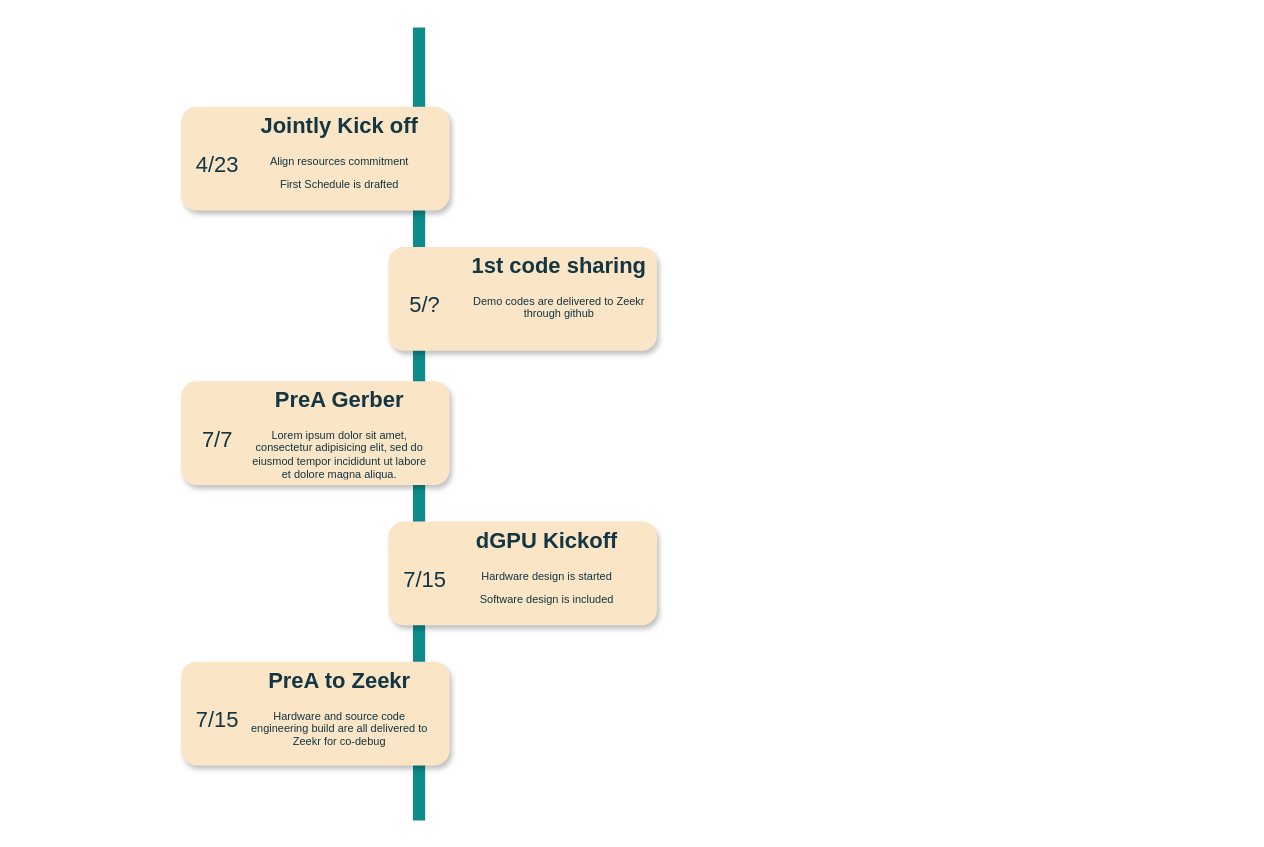
Above: Untitled Diagram.drawio in zjamy/temp (draw.io), before the change. Source tidied: cells renumbered, new cells numbered last; positions are measured from the earlier drawing's top-left corner, leaving out a move shared by most shapes. Both pictures are drawn from the tidied source at 122%, with x=0, y=0 at pixel (181, 27).
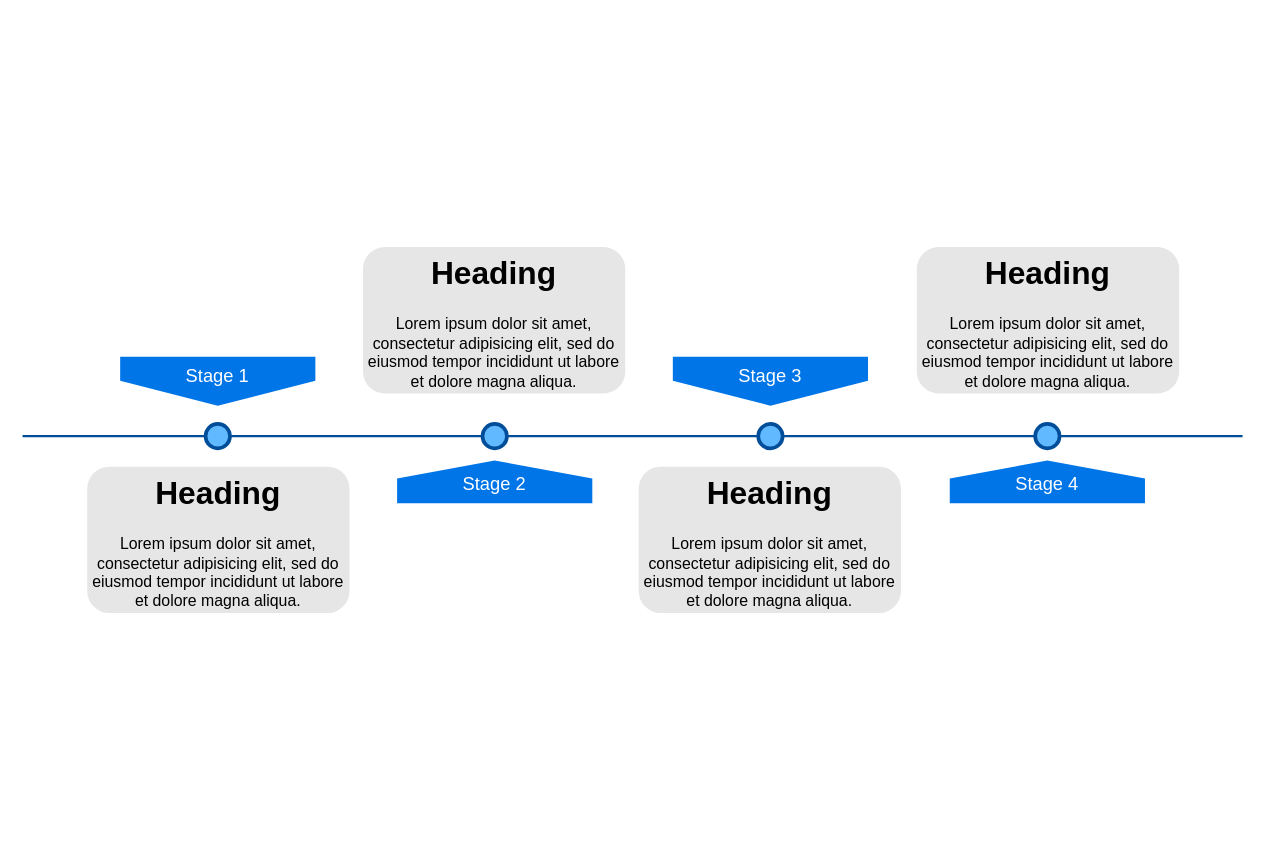
The same diagram, later.

The edit, as a diff of the source:
```diff
@@
 <mxGraphModel>
   <root>
     <mxCell id="0" />
     <mxCell id="1" parent="0" />
-    <mxCell id="2" style="line;strokeWidth=10;direction=south;html=1;fillColor=none;fontSize=13;align=center;labelBackgroundColor=none;strokeColor=#0F8B8D;fontColor=#143642;" parent="1" vertex="1">
-      <mxGeometry x="190" width="10" height="650" as="geometry" />
-    </mxCell>
-    <mxCell id="3" style="rounded=1;whiteSpace=wrap;html=1;strokeColor=none;strokeWidth=1;fontSize=13;align=center;gradientDirection=east;verticalAlign=top;shadow=1;labelBackgroundColor=none;fillColor=#FAE5C7;fontColor=#143642;" parent="1" vertex="1">
-      <mxGeometry y="65" width="220" height="85" as="geometry" />
-    </mxCell>
-    <mxCell id="4" value="&lt;font style=&quot;font-size: 18px;&quot;&gt;4/23&lt;/font&gt;" style="text;html=1;strokeColor=none;fillColor=none;align=center;verticalAlign=middle;whiteSpace=wrap;fontSize=30;labelBackgroundColor=none;fontColor=#143642;" parent="1" vertex="1">
-      <mxGeometry x="10" y="98" width="40" height="20" as="geometry" />
-    </mxCell>
-    <mxCell id="5" style="rounded=1;whiteSpace=wrap;html=1;strokeColor=none;strokeWidth=1;fontSize=13;align=center;gradientDirection=east;verticalAlign=top;shadow=1;labelBackgroundColor=none;fillColor=#FAE5C7;fontColor=#143642;" parent="1" vertex="1">
-      <mxGeometry x="170" y="180" width="220" height="85" as="geometry" />
-    </mxCell>
-    <mxCell id="6" value="&lt;font style=&quot;font-size: 18px;&quot;&gt;5/?&lt;/font&gt;" style="text;html=1;strokeColor=none;fillColor=none;align=center;verticalAlign=middle;whiteSpace=wrap;fontSize=30;labelBackgroundColor=none;fontColor=#143642;" parent="1" vertex="1">
-      <mxGeometry x="180" y="213" width="40" height="20" as="geometry" />
-    </mxCell>
-    <mxCell id="7" style="rounded=1;whiteSpace=wrap;html=1;strokeColor=none;strokeWidth=1;fontSize=13;align=center;gradientDirection=east;verticalAlign=top;shadow=1;labelBackgroundColor=none;fillColor=#FAE5C7;fontColor=#143642;" parent="1" vertex="1">
-      <mxGeometry y="290" width="220" height="85" as="geometry" />
-    </mxCell>
-    <mxCell id="8" value="&lt;font style=&quot;font-size: 18px;&quot;&gt;7/7&lt;/font&gt;" style="text;html=1;strokeColor=none;fillColor=none;align=center;verticalAlign=middle;whiteSpace=wrap;fontSize=30;labelBackgroundColor=none;fontColor=#143642;" parent="1" vertex="1">
-      <mxGeometry x="10" y="323" width="40" height="20" as="geometry" />
-    </mxCell>
-    <mxCell id="9" style="rounded=1;whiteSpace=wrap;html=1;strokeColor=none;strokeWidth=1;fontSize=13;align=center;gradientDirection=east;verticalAlign=top;shadow=1;labelBackgroundColor=none;fillColor=#FAE5C7;fontColor=#143642;" parent="1" vertex="1">
-      <mxGeometry x="170" y="405" width="220" height="85" as="geometry" />
-    </mxCell>
-    <mxCell id="10" value="&lt;font style=&quot;font-size: 18px;&quot;&gt;7/15&lt;/font&gt;" style="text;html=1;strokeColor=none;fillColor=none;align=center;verticalAlign=middle;whiteSpace=wrap;fontSize=30;labelBackgroundColor=none;fontColor=#143642;" parent="1" vertex="1">
-      <mxGeometry x="180" y="438" width="40" height="20" as="geometry" />
-    </mxCell>
-    <mxCell id="11" style="rounded=1;whiteSpace=wrap;html=1;strokeColor=none;strokeWidth=1;fontSize=13;align=center;gradientDirection=east;verticalAlign=top;shadow=1;labelBackgroundColor=none;fillColor=#FAE5C7;fontColor=#143642;" parent="1" vertex="1">
-      <mxGeometry y="520" width="220" height="85" as="geometry" />
-    </mxCell>
-    <mxCell id="12" value="&lt;font style=&quot;font-size: 18px;&quot;&gt;7/15&lt;/font&gt;" style="text;html=1;strokeColor=none;fillColor=none;align=center;verticalAlign=middle;whiteSpace=wrap;fontSize=30;labelBackgroundColor=none;fontColor=#143642;" parent="1" vertex="1">
-      <mxGeometry x="10" y="553" width="40" height="20" as="geometry" />
-    </mxCell>
-    <mxCell id="13" value="&lt;h1&gt;Jointly Kick off&lt;/h1&gt;&lt;p&gt;Align resources commitment&lt;/p&gt;&lt;p&gt;First Schedule is drafted&lt;/p&gt;" style="text;html=1;spacing=5;spacingTop=-20;whiteSpace=wrap;overflow=hidden;strokeColor=none;strokeWidth=4;fillColor=none;fontSize=9;align=center;labelBackgroundColor=none;fontColor=#143642;" parent="1" vertex="1">
-      <mxGeometry x="50" y="69" width="160" height="77" as="geometry" />
-    </mxCell>
-    <mxCell id="14" value="&lt;h1&gt;1st code sharing&lt;/h1&gt;&lt;p&gt;Demo codes are delivered to Zeekr through github&lt;/p&gt;" style="text;html=1;spacing=5;spacingTop=-20;whiteSpace=wrap;overflow=hidden;strokeColor=none;strokeWidth=4;fillColor=none;fontSize=9;align=center;labelBackgroundColor=none;fontColor=#143642;" parent="1" vertex="1">
-      <mxGeometry x="230" y="184" width="160" height="77" as="geometry" />
-    </mxCell>
-    <mxCell id="15" value="&lt;h1&gt;PreA Gerber&lt;/h1&gt;&lt;p&gt;Lorem ipsum dolor sit amet, consectetur adipisicing elit, sed do eiusmod tempor incididunt ut labore et dolore magna aliqua.&lt;/p&gt;" style="text;html=1;spacing=5;spacingTop=-20;whiteSpace=wrap;overflow=hidden;strokeColor=none;strokeWidth=4;fillColor=none;fontSize=9;align=center;labelBackgroundColor=none;fontColor=#143642;" parent="1" vertex="1">
-      <mxGeometry x="50" y="294" width="160" height="77" as="geometry" />
-    </mxCell>
-    <mxCell id="16" value="&lt;h1&gt;dGPU Kickoff&lt;/h1&gt;&lt;p&gt;Hardware design is started&lt;/p&gt;&lt;p&gt;Software design is included&lt;/p&gt;" style="text;html=1;spacing=5;spacingTop=-20;whiteSpace=wrap;overflow=hidden;strokeColor=none;strokeWidth=4;fillColor=none;fontSize=9;align=center;labelBackgroundColor=none;fontColor=#143642;" parent="1" vertex="1">
-      <mxGeometry x="220" y="409" width="160" height="77" as="geometry" />
-    </mxCell>
-    <mxCell id="17" value="&lt;h1&gt;PreA to Zeekr&lt;/h1&gt;&lt;p&gt;Hardware and source code engineering build are all delivered to Zeekr for co-debug&lt;/p&gt;" style="text;html=1;spacing=5;spacingTop=-20;whiteSpace=wrap;overflow=hidden;strokeColor=none;strokeWidth=4;fillColor=none;fontSize=9;align=center;labelBackgroundColor=none;fontColor=#143642;" parent="1" vertex="1">
-      <mxGeometry x="50" y="524" width="160" height="77" as="geometry" />
-    </mxCell>
+    <mxCell id="18" style="line;strokeWidth=2;html=1;fillColor=none;fontSize=28;fontColor=#004D99;strokeColor=#004D99;" parent="1" vertex="1">
+      <mxGeometry x="-130" y="330" width="1000" height="10" as="geometry" />
+    </mxCell>
+    <mxCell id="19" value="Stage 1" style="shape=offPageConnector;whiteSpace=wrap;html=1;fillColor=#0075E8;fontSize=15;fontColor=#FFFFFF;size=0.5093750000000015;verticalAlign=top;strokeColor=none;" parent="1" vertex="1">
+      <mxGeometry x="-50" y="270" width="160" height="40" as="geometry" />
+    </mxCell>
+    <mxCell id="20" value="&lt;span&gt;Stage 3&lt;/span&gt;" style="shape=offPageConnector;whiteSpace=wrap;html=1;fillColor=#0075E8;fontSize=15;fontColor=#FFFFFF;size=0.5093750000000015;verticalAlign=top;strokeColor=none;" parent="1" vertex="1">
+      <mxGeometry x="403" y="270" width="160" height="40" as="geometry" />
+    </mxCell>
+    <mxCell id="21" value="&lt;span&gt;Stage 2&lt;/span&gt;" style="shape=offPageConnector;whiteSpace=wrap;html=1;fillColor=#0075E8;fontSize=15;fontColor=#FFFFFF;size=0.4178571428571445;flipV=1;verticalAlign=bottom;strokeColor=none;spacingBottom=4;" parent="1" vertex="1">
+      <mxGeometry x="177" y="355" width="160" height="35" as="geometry" />
+    </mxCell>
+    <mxCell id="22" value="&lt;span&gt;Stage 4&lt;/span&gt;" style="shape=offPageConnector;whiteSpace=wrap;html=1;fillColor=#0075E8;fontSize=15;fontColor=#FFFFFF;size=0.4178571428571445;flipV=1;verticalAlign=bottom;strokeColor=none;spacingBottom=4;" parent="1" vertex="1">
+      <mxGeometry x="630" y="355" width="160" height="35" as="geometry" />
+    </mxCell>
+    <mxCell id="23" style="ellipse;whiteSpace=wrap;html=1;fillColor=#61BAFF;fontSize=28;fontColor=#004D99;strokeWidth=3;strokeColor=#004D99;" parent="1" vertex="1">
+      <mxGeometry x="20" y="325" width="20" height="20" as="geometry" />
+    </mxCell>
+    <mxCell id="24" style="ellipse;whiteSpace=wrap;html=1;fillColor=#61BAFF;fontSize=28;fontColor=#004D99;strokeWidth=3;strokeColor=#004D99;" parent="1" vertex="1">
+      <mxGeometry x="247" y="325" width="20" height="20" as="geometry" />
+    </mxCell>
+    <mxCell id="25" style="ellipse;whiteSpace=wrap;html=1;fillColor=#61BAFF;fontSize=28;fontColor=#004D99;strokeWidth=3;strokeColor=#004D99;" parent="1" vertex="1">
+      <mxGeometry x="473" y="325" width="20" height="20" as="geometry" />
+    </mxCell>
+    <mxCell id="26" style="ellipse;whiteSpace=wrap;html=1;fillColor=#61BAFF;fontSize=28;fontColor=#004D99;strokeWidth=3;strokeColor=#004D99;" parent="1" vertex="1">
+      <mxGeometry x="700" y="325" width="20" height="20" as="geometry" />
+    </mxCell>
+    <mxCell id="27" value="&lt;h1&gt;Heading&lt;/h1&gt;&lt;p&gt;Lorem ipsum dolor sit amet, consectetur adipisicing elit, sed do eiusmod tempor incididunt ut labore et dolore magna aliqua.&lt;/p&gt;" style="text;html=1;spacing=5;spacingTop=-20;whiteSpace=wrap;overflow=hidden;strokeColor=none;strokeWidth=3;fillColor=#E6E6E6;fontSize=13;fontColor=#000000;align=center;rounded=1;" parent="1" vertex="1">
+      <mxGeometry x="-77" y="360" width="215" height="120" as="geometry" />
+    </mxCell>
+    <mxCell id="28" value="&lt;h1&gt;Heading&lt;/h1&gt;&lt;p&gt;Lorem ipsum dolor sit amet, consectetur adipisicing elit, sed do eiusmod tempor incididunt ut labore et dolore magna aliqua.&lt;/p&gt;" style="text;html=1;spacing=5;spacingTop=-20;whiteSpace=wrap;overflow=hidden;strokeColor=none;strokeWidth=3;fillColor=#E6E6E6;fontSize=13;fontColor=#000000;align=center;rounded=1;" parent="1" vertex="1">
+      <mxGeometry x="149" y="180" width="215" height="120" as="geometry" />
+    </mxCell>
+    <mxCell id="29" value="&lt;h1&gt;Heading&lt;/h1&gt;&lt;p&gt;Lorem ipsum dolor sit amet, consectetur adipisicing elit, sed do eiusmod tempor incididunt ut labore et dolore magna aliqua.&lt;/p&gt;" style="text;html=1;spacing=5;spacingTop=-20;whiteSpace=wrap;overflow=hidden;strokeColor=none;strokeWidth=3;fillColor=#E6E6E6;fontSize=13;fontColor=#000000;align=center;rounded=1;" parent="1" vertex="1">
+      <mxGeometry x="375" y="360" width="215" height="120" as="geometry" />
+    </mxCell>
+    <mxCell id="30" value="&lt;h1&gt;Heading&lt;/h1&gt;&lt;p&gt;Lorem ipsum dolor sit amet, consectetur adipisicing elit, sed do eiusmod tempor incididunt ut labore et dolore magna aliqua.&lt;/p&gt;" style="text;html=1;spacing=5;spacingTop=-20;whiteSpace=wrap;overflow=hidden;strokeColor=none;strokeWidth=3;fillColor=#E6E6E6;fontSize=13;fontColor=#000000;align=center;rounded=1;" parent="1" vertex="1">
+      <mxGeometry x="603" y="180" width="215" height="120" as="geometry" />
+    </mxCell>
   </root>
 </mxGraphModel>
```
